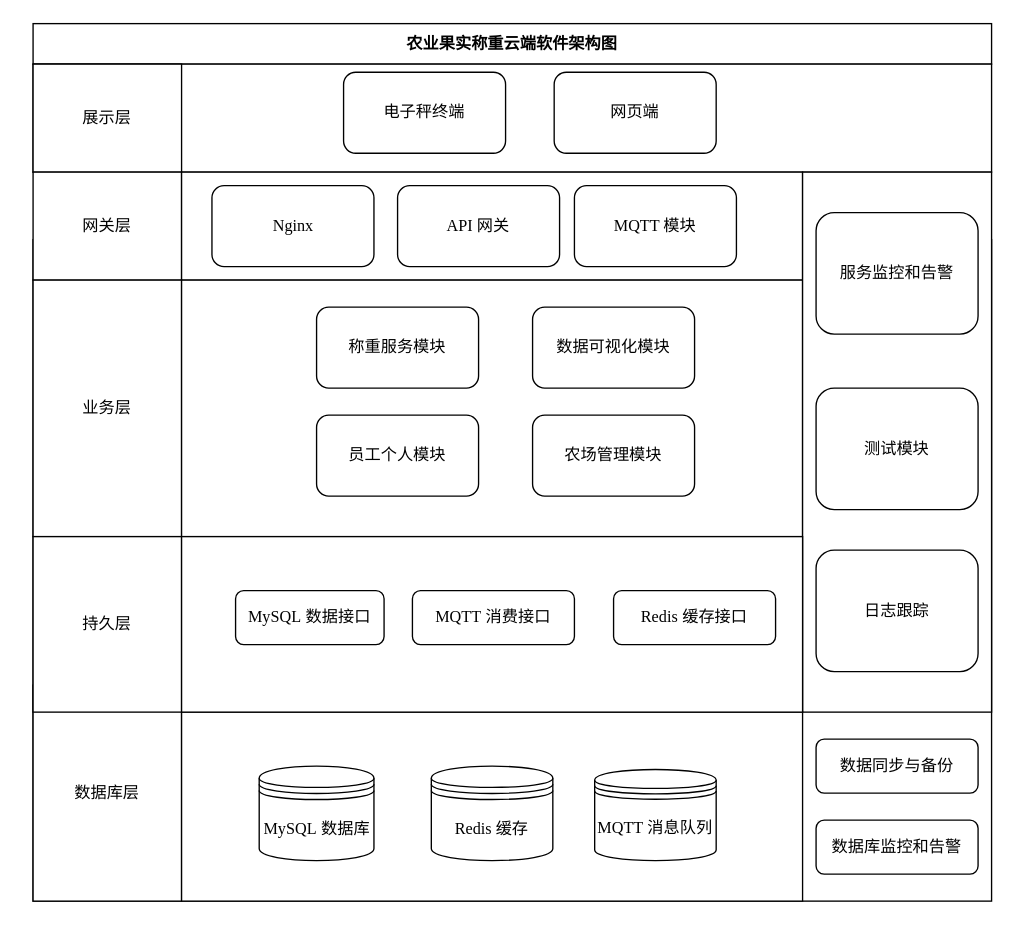
Earlier version of the draw.io diagram design/软件分层架构图.dio (akynazh/aws). Source tidied: cells renumbered, new cells numbered last; positions are measured from the earlier drawing's top-left corner, leaving out a move shared by most shapes. Both pictures are drawn from the tidied source at 135%, with x=0, y=0 at pixel (32, 23).
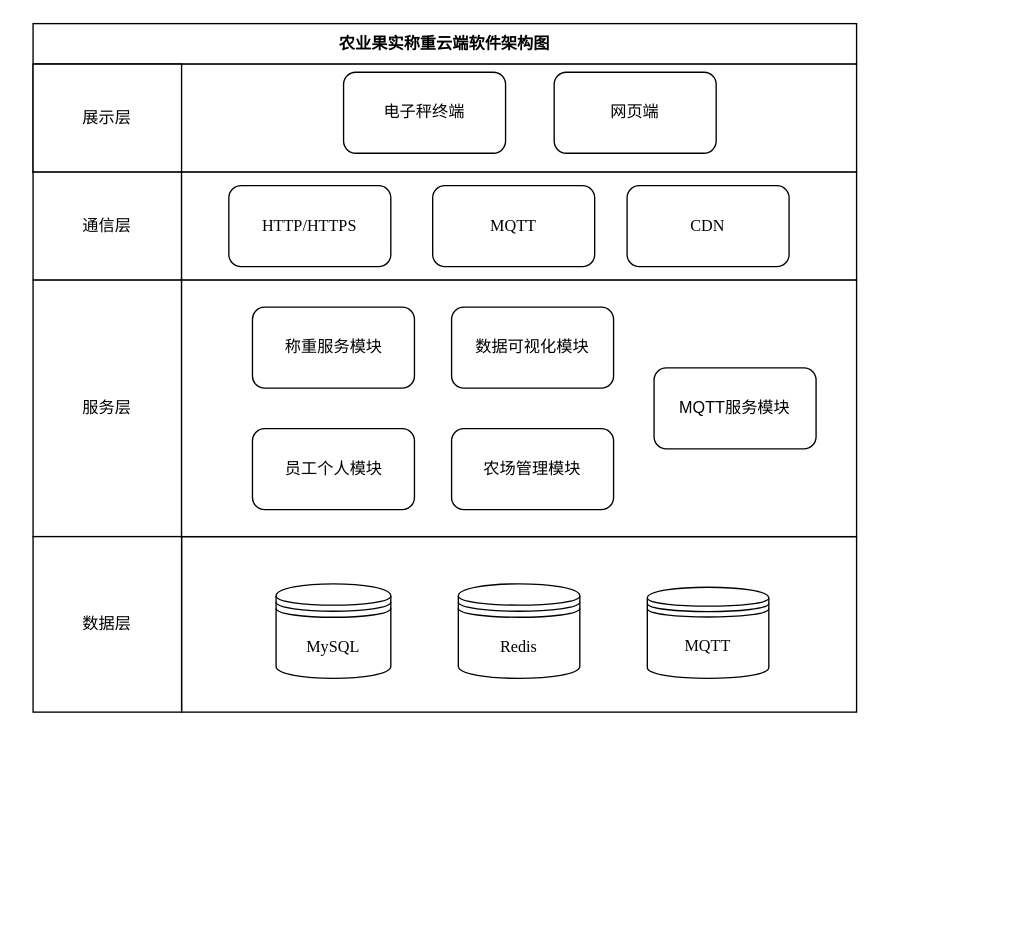
After the change.

The edit, as a diff of the source:
```diff
@@
-    <mxCell id="2" style="rounded=0;whiteSpace=wrap;html=1;fontFamily=Songti SC;" parent="1" vertex="1">
-      <mxGeometry y="160" width="710" height="490" as="geometry" />
-    </mxCell>
+    <mxCell id="35" style="rounded=0;whiteSpace=wrap;html=1;" parent="1" vertex="1">
+      <mxGeometry x="110" y="380" width="500" height="130" as="geometry" />
+    </mxCell>
     <mxCell id="3" value="&lt;span style=&quot;font-weight: 700;&quot;&gt;农业果实称重云端软件架构图&lt;/span&gt;" style="rounded=0;whiteSpace=wrap;html=1;fontFamily=Songti SC;" parent="1" vertex="1">
-      <mxGeometry width="710" height="30" as="geometry" />
+      <mxGeometry width="610" height="30" as="geometry" />
     </mxCell>
     <mxCell id="4" style="rounded=0;whiteSpace=wrap;html=1;fontFamily=Songti SC;" parent="1" vertex="1">
-      <mxGeometry y="30" width="710" height="80" as="geometry" />
+      <mxGeometry y="30" width="610" height="80" as="geometry" />
     </mxCell>
@@
-    <mxCell id="8" value="网关层" style="rounded=0;whiteSpace=wrap;html=1;fontFamily=Songti SC;" parent="1" vertex="1">
+    <mxCell id="8" value="通信层" style="rounded=0;whiteSpace=wrap;html=1;fontFamily=Songti SC;" parent="1" vertex="1">
       <mxGeometry y="110" width="110" height="80" as="geometry" />
     </mxCell>
     <mxCell id="9" style="rounded=0;whiteSpace=wrap;html=1;fontFamily=Songti SC;" parent="1" vertex="1">
-      <mxGeometry x="110" y="110" width="460" height="80" as="geometry" />
+      <mxGeometry x="110" y="110" width="500" height="80" as="geometry" />
     </mxCell>
-    <mxCell id="10" value="&lt;font face=&quot;Times New Roman&quot;&gt;API 网关&lt;/font&gt;" style="rounded=1;whiteSpace=wrap;html=1;fontFamily=Songti SC;" parent="1" vertex="1">
-      <mxGeometry x="270" y="120" width="120" height="60" as="geometry" />
+    <mxCell id="10" value="&lt;font face=&quot;Times New Roman&quot;&gt;HTTP/HTTPS&lt;/font&gt;" style="rounded=1;whiteSpace=wrap;html=1;fontFamily=Songti SC;" parent="1" vertex="1">
+      <mxGeometry x="145" y="120" width="120" height="60" as="geometry" />
     </mxCell>
-    <mxCell id="11" value="业务层" style="rounded=0;whiteSpace=wrap;html=1;fontFamily=Songti SC;" parent="1" vertex="1">
+    <mxCell id="11" value="服务层" style="rounded=0;whiteSpace=wrap;html=1;fontFamily=Songti SC;" parent="1" vertex="1">
       <mxGeometry y="190" width="110" height="190" as="geometry" />
     </mxCell>
     <mxCell id="12" style="rounded=0;whiteSpace=wrap;html=1;fontFamily=Songti SC;" parent="1" vertex="1">
-      <mxGeometry x="110" y="190" width="460" height="190" as="geometry" />
+      <mxGeometry x="110" y="190" width="500" height="190" as="geometry" />
     </mxCell>
-    <mxCell id="13" style="rounded=0;whiteSpace=wrap;html=1;fontFamily=Songti SC;" parent="1" vertex="1">
-      <mxGeometry x="570" y="110" width="140" height="400" as="geometry" />
-    </mxCell>
     <mxCell id="14" value="称重服务模块" style="rounded=1;whiteSpace=wrap;html=1;fontFamily=Songti SC;" parent="1" vertex="1">
-      <mxGeometry x="210" y="210" width="120" height="60" as="geometry" />
+      <mxGeometry x="162.5" y="210" width="120" height="60" as="geometry" />
     </mxCell>
     <mxCell id="15" value="数据可视化模块" style="rounded=1;whiteSpace=wrap;html=1;fontFamily=Songti SC;" parent="1" vertex="1">
-      <mxGeometry x="370" y="210" width="120" height="60" as="geometry" />
+      <mxGeometry x="310" y="210" width="120" height="60" as="geometry" />
     </mxCell>
-    <mxCell id="16" value="服务监控和告警" style="rounded=1;whiteSpace=wrap;html=1;fontFamily=Songti SC;" parent="1" vertex="1">
-      <mxGeometry x="580" y="140" width="120" height="90" as="geometry" />
-    </mxCell>
-    <mxCell id="17" value="日志跟踪" style="rounded=1;whiteSpace=wrap;html=1;fontFamily=Songti SC;" parent="1" vertex="1">
-      <mxGeometry x="580" y="390" width="120" height="90" as="geometry" />
-    </mxCell>
     <mxCell id="18" value="农场管理模块" style="rounded=1;whiteSpace=wrap;html=1;fontFamily=Songti SC;" parent="1" vertex="1">
-      <mxGeometry x="370" y="290" width="120" height="60" as="geometry" />
+      <mxGeometry x="310" y="300" width="120" height="60" as="geometry" />
     </mxCell>
+    <mxCell id="36" style="edgeStyle=none;html=1;" parent="1" edge="1" source="19">
+      <mxGeometry relative="1" as="geometry">
+        <mxPoint y="470.1" as="targetPoint" />
+      </mxGeometry>
+    </mxCell>
-    <mxCell id="19" value="数据库层" style="rounded=0;whiteSpace=wrap;html=1;fontFamily=Songti SC;" parent="1" vertex="1">
-      <mxGeometry y="490" width="110" height="160" as="geometry" />
+    <mxCell id="19" value="数据层" style="rounded=0;whiteSpace=wrap;html=1;fontFamily=Songti SC;" parent="1" vertex="1">
+      <mxGeometry y="380" width="110" height="130" as="geometry" />
     </mxCell>
-    <mxCell id="20" style="rounded=0;whiteSpace=wrap;html=1;fontFamily=Songti SC;" parent="1" vertex="1">
-      <mxGeometry x="110" y="510" width="460" height="140" as="geometry" />
-    </mxCell>
-    <mxCell id="21" value="&lt;font face=&quot;Times New Roman&quot;&gt;MySQL&lt;/font&gt; 数据库" style="shape=datastore;whiteSpace=wrap;html=1;fontFamily=Songti SC;" parent="1" vertex="1">
-      <mxGeometry x="167.5" y="550" width="85" height="70" as="geometry" />
+    <mxCell id="21" value="&lt;font face=&quot;Times New Roman&quot;&gt;MySQL&lt;/font&gt;" style="shape=datastore;whiteSpace=wrap;html=1;fontFamily=Songti SC;" parent="1" vertex="1">
+      <mxGeometry x="180" y="415" width="85" height="70" as="geometry" />
     </mxCell>
-    <mxCell id="22" value="&lt;font face=&quot;Times New Roman&quot;&gt;Redis &lt;/font&gt;缓存" style="shape=datastore;whiteSpace=wrap;html=1;fontFamily=Songti SC;" parent="1" vertex="1">
-      <mxGeometry x="295" y="550" width="90" height="70" as="geometry" />
+    <mxCell id="22" value="&lt;font face=&quot;Times New Roman&quot;&gt;Redis&lt;/font&gt;" style="shape=datastore;whiteSpace=wrap;html=1;fontFamily=Songti SC;" parent="1" vertex="1">
+      <mxGeometry x="315" y="415" width="90" height="70" as="geometry" />
     </mxCell>
-    <mxCell id="23" value="数据同步与备份" style="rounded=1;whiteSpace=wrap;html=1;fontFamily=Songti SC;" parent="1" vertex="1">
-      <mxGeometry x="580" y="530" width="120" height="40" as="geometry" />
-    </mxCell>
-    <mxCell id="24" value="持久层" style="rounded=0;whiteSpace=wrap;html=1;fontFamily=Songti SC;" parent="1" vertex="1">
-      <mxGeometry y="380" width="110" height="130" as="geometry" />
-    </mxCell>
-    <mxCell id="25" style="rounded=0;whiteSpace=wrap;html=1;fontFamily=Songti SC;" parent="1" vertex="1">
-      <mxGeometry x="110" y="380" width="460" height="130" as="geometry" />
-    </mxCell>
-    <mxCell id="26" value="&lt;font face=&quot;Times New Roman&quot;&gt;MySQL&lt;/font&gt; 数据接口" style="rounded=1;whiteSpace=wrap;html=1;fontFamily=Songti SC;" parent="1" vertex="1">
-      <mxGeometry x="150" y="420" width="110" height="40" as="geometry" />
-    </mxCell>
-    <mxCell id="27" value="&lt;font face=&quot;Times New Roman&quot;&gt;MQTT&lt;/font&gt; 消费接口" style="rounded=1;whiteSpace=wrap;html=1;fontFamily=Songti SC;" parent="1" vertex="1">
-      <mxGeometry x="281" y="420" width="120" height="40" as="geometry" />
-    </mxCell>
-    <mxCell id="28" value="&lt;font face=&quot;Times New Roman&quot;&gt;Redis&lt;/font&gt; 缓存接口" style="rounded=1;whiteSpace=wrap;html=1;fontFamily=Songti SC;" parent="1" vertex="1">
-      <mxGeometry x="430" y="420" width="120" height="40" as="geometry" />
-    </mxCell>
-    <mxCell id="29" value="&lt;font face=&quot;Times New Roman&quot;&gt;MQTT&amp;nbsp;&lt;/font&gt;消息队列" style="shape=datastore;whiteSpace=wrap;html=1;fontFamily=Songti SC;" parent="1" vertex="1">
-      <mxGeometry x="416" y="552.5" width="90" height="67.5" as="geometry" />
+    <mxCell id="29" value="&lt;font face=&quot;Times New Roman&quot;&gt;MQTT&lt;/font&gt;" style="shape=datastore;whiteSpace=wrap;html=1;fontFamily=Songti SC;" parent="1" vertex="1">
+      <mxGeometry x="455" y="417.5" width="90" height="67.5" as="geometry" />
     </mxCell>
-    <mxCell id="30" value="&lt;font face=&quot;Times New Roman&quot;&gt;Nginx&lt;/font&gt;" style="rounded=1;whiteSpace=wrap;html=1;fontFamily=Songti SC;" parent="1" vertex="1">
-      <mxGeometry x="132.5" y="120" width="120" height="60" as="geometry" />
-    </mxCell>
-    <mxCell id="31" value="数据库监控和告警" style="rounded=1;whiteSpace=wrap;html=1;fontFamily=Songti SC;" parent="1" vertex="1">
-      <mxGeometry x="580" y="590" width="120" height="40" as="geometry" />
-    </mxCell>
     <mxCell id="32" value="员工个人模块" style="rounded=1;whiteSpace=wrap;html=1;fontFamily=Songti SC;" parent="1" vertex="1">
-      <mxGeometry x="210" y="290" width="120" height="60" as="geometry" />
+      <mxGeometry x="162.5" y="300" width="120" height="60" as="geometry" />
     </mxCell>
-    <mxCell id="33" value="测试模块" style="rounded=1;whiteSpace=wrap;html=1;fontFamily=Songti SC;" parent="1" vertex="1">
-      <mxGeometry x="580" y="270" width="120" height="90" as="geometry" />
-    </mxCell>
-    <mxCell id="34" value="&lt;font face=&quot;Times New Roman&quot;&gt;MQTT 模块&lt;/font&gt;" style="rounded=1;whiteSpace=wrap;html=1;fontFamily=Songti SC;" parent="1" vertex="1">
-      <mxGeometry x="401" y="120" width="120" height="60" as="geometry" />
+    <mxCell id="34" value="&lt;font face=&quot;Times New Roman&quot;&gt;MQTT&lt;/font&gt;" style="rounded=1;whiteSpace=wrap;html=1;fontFamily=Songti SC;" parent="1" vertex="1">
+      <mxGeometry x="296" y="120" width="120" height="60" as="geometry" />
     </mxCell>
+    <mxCell id="37" value="&lt;font face=&quot;Times New Roman&quot;&gt;CDN&lt;/font&gt;" style="rounded=1;whiteSpace=wrap;html=1;fontFamily=Songti SC;" parent="1" vertex="1">
+      <mxGeometry x="440" y="120" width="120" height="60" as="geometry" />
+    </mxCell>
+    <mxCell id="38" value="&lt;font face=&quot;Songti SC&quot;&gt;MQTT服务模块&lt;/font&gt;" style="rounded=1;whiteSpace=wrap;html=1;" parent="1" vertex="1">
+      <mxGeometry x="460" y="255" width="120" height="60" as="geometry" />
+    </mxCell>
```
